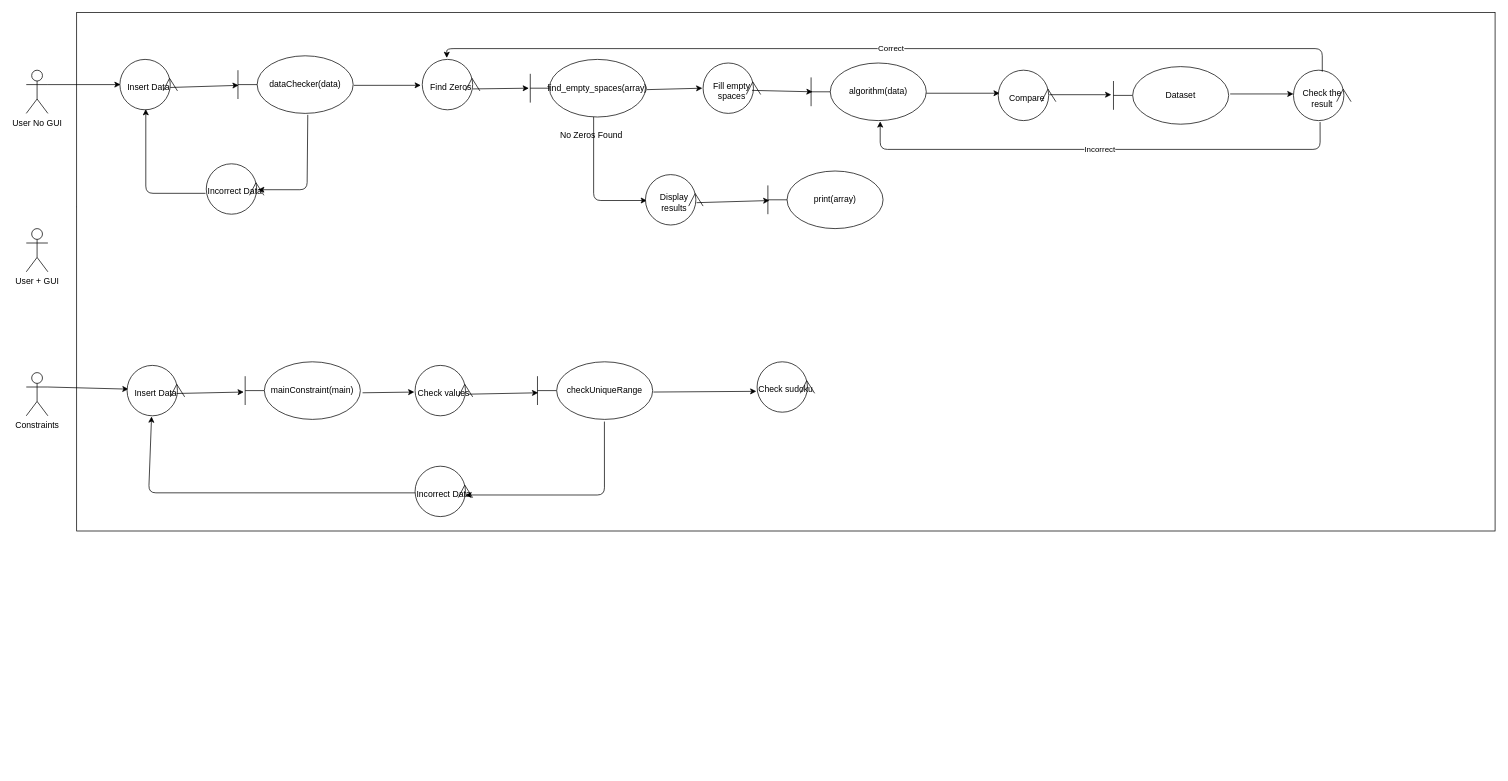
AChu-Dev/introductionToAI keeps this draw.io diagram as Untitled Diagram.drawio. Above is the earlier version. Source tidied: cells renumbered, new cells numbered last; positions are measured from the earlier drawing's top-left corner, leaving out a move shared by most shapes. Both pictures are drawn from the tidied source at 72%, with x=0, y=0 at pixel (26, 12).
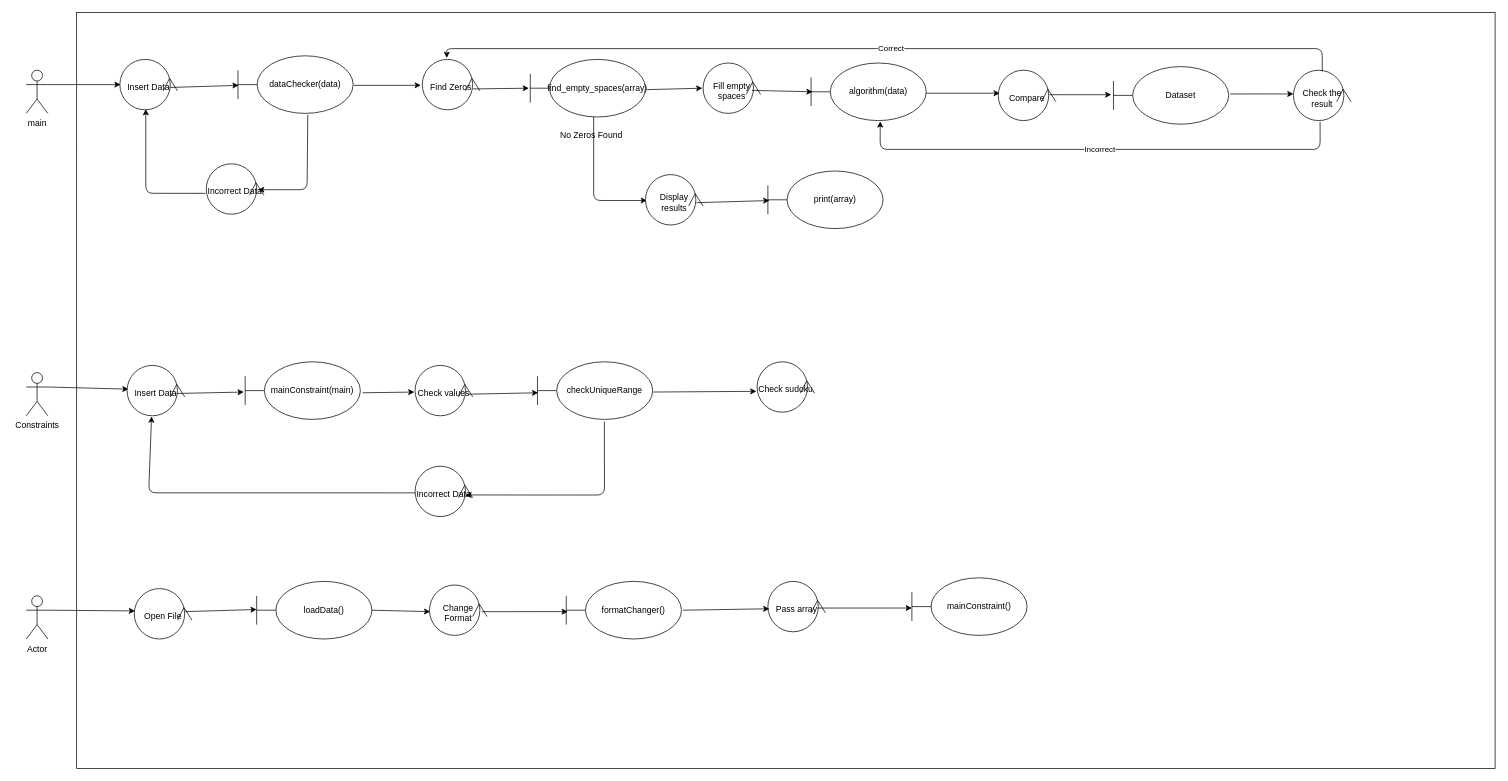
The same diagram, later.

The edit, as a diff of the source:
```diff
@@
-    <mxCell id="2" value="User No GUI" style="shape=umlActor;verticalLabelPosition=bottom;verticalAlign=top;html=1;outlineConnect=0;" parent="1" vertex="1">
+    <mxCell id="2" value="main" style="shape=umlActor;verticalLabelPosition=bottom;verticalAlign=top;html=1;outlineConnect=0;" parent="1" vertex="1">
       <mxGeometry y="80" width="30" height="60" as="geometry" />
     </mxCell>
@@
     <mxCell id="4" style="rounded=0;whiteSpace=wrap;html=1;" parent="1" vertex="1">
-      <mxGeometry x="70" width="1970" height="720" as="geometry" />
+      <mxGeometry x="70" width="1970" height="1050" as="geometry" />
     </mxCell>
@@
-    <mxCell id="33" value="&lt;div&gt;User + GUI&lt;/div&gt;&lt;div&gt;&lt;br&gt;&lt;/div&gt;" style="shape=umlActor;verticalLabelPosition=bottom;verticalAlign=top;html=1;" parent="1" vertex="1">
-      <mxGeometry y="300" width="30" height="60" as="geometry" />
-    </mxCell>
@@
+    <mxCell id="48" value="Actor" style="shape=umlActor;verticalLabelPosition=bottom;verticalAlign=top;html=1;outlineConnect=0;" parent="1" vertex="1">
+      <mxGeometry y="810" width="30" height="60" as="geometry" />
+    </mxCell>
+    <mxCell id="49" value="Open File" style="ellipse;shape=umlControl;whiteSpace=wrap;html=1;direction=south;" parent="1" vertex="1">
+      <mxGeometry x="150" y="800" width="80" height="70" as="geometry" />
+    </mxCell>
+    <mxCell id="50" style="endArrow=classic;html=1;exitX=1;exitY=0.3333333333333333;exitDx=0;exitDy=0;exitPerimeter=0;entryX=0.443;entryY=0.988;entryDx=0;entryDy=0;entryPerimeter=0;" parent="1" edge="1" source="48" target="49">
+      <mxGeometry relative="1" as="geometry" />
+    </mxCell>
+    <mxCell id="51" style="endArrow=classic;html=1;exitX=0.457;exitY=0.113;exitDx=0;exitDy=0;exitPerimeter=0;entryX=0;entryY=0.488;entryDx=0;entryDy=0;entryPerimeter=0;" parent="1" edge="1" source="49" target="53">
+      <mxGeometry relative="1" as="geometry" />
+    </mxCell>
+    <mxCell id="52" value="Change Format" style="ellipse;shape=umlControl;whiteSpace=wrap;html=1;direction=south;" parent="1" vertex="1">
+      <mxGeometry x="560" y="795" width="80" height="70" as="geometry" />
+    </mxCell>
+    <mxCell id="53" value="loadData()" style="shape=umlBoundary;whiteSpace=wrap;html=1;" parent="1" vertex="1">
+      <mxGeometry x="320" y="790" width="160" height="80" as="geometry" />
+    </mxCell>
+    <mxCell id="54" style="endArrow=classic;html=1;exitX=1;exitY=0.5;exitDx=0;exitDy=0;exitPerimeter=0;entryX=0.529;entryY=0.988;entryDx=0;entryDy=0;entryPerimeter=0;" parent="1" edge="1" source="53" target="52">
+      <mxGeometry relative="1" as="geometry" />
+    </mxCell>
+    <mxCell id="55" value="formatChanger()" style="shape=umlBoundary;whiteSpace=wrap;html=1;" parent="1" vertex="1">
+      <mxGeometry x="750" y="790" width="160" height="80" as="geometry" />
+    </mxCell>
+    <mxCell id="56" style="endArrow=classic;html=1;exitX=0.529;exitY=0.088;exitDx=0;exitDy=0;exitPerimeter=0;entryX=0.013;entryY=0.525;entryDx=0;entryDy=0;entryPerimeter=0;" parent="1" edge="1" source="52" target="55">
+      <mxGeometry relative="1" as="geometry" />
+    </mxCell>
+    <mxCell id="57" value="Pass array" style="ellipse;shape=umlControl;whiteSpace=wrap;html=1;direction=south;" parent="1" vertex="1">
+      <mxGeometry x="1030" y="790" width="80" height="70" as="geometry" />
+    </mxCell>
+    <mxCell id="58" style="endArrow=classic;html=1;exitX=1.013;exitY=0.5;exitDx=0;exitDy=0;exitPerimeter=0;entryX=0.543;entryY=0.975;entryDx=0;entryDy=0;entryPerimeter=0;" parent="1" edge="1" source="55" target="57">
+      <mxGeometry relative="1" as="geometry" />
+    </mxCell>
+    <mxCell id="59" style="endArrow=classic;html=1;exitX=0.529;exitY=0.138;exitDx=0;exitDy=0;exitPerimeter=0;entryX=0;entryY=0.525;entryDx=0;entryDy=0;entryPerimeter=0;" parent="1" edge="1" source="57" target="60">
+      <mxGeometry relative="1" as="geometry" />
+    </mxCell>
+    <mxCell id="60" value="mainConstraint()" style="shape=umlBoundary;whiteSpace=wrap;html=1;" parent="1" vertex="1">
+      <mxGeometry x="1230" y="785" width="160" height="80" as="geometry" />
+    </mxCell>
```
